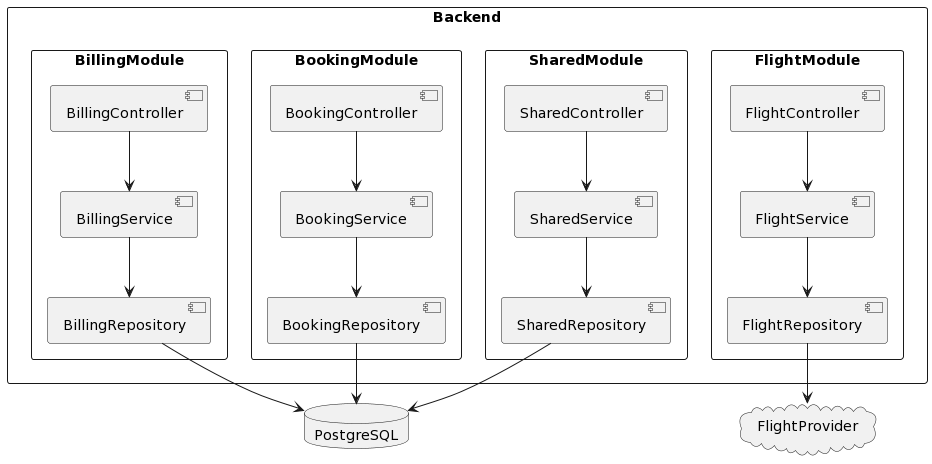
The PlantUML diagram docs/diagrams/Backend.png in SebastianAbril/flights-app, before a commit.
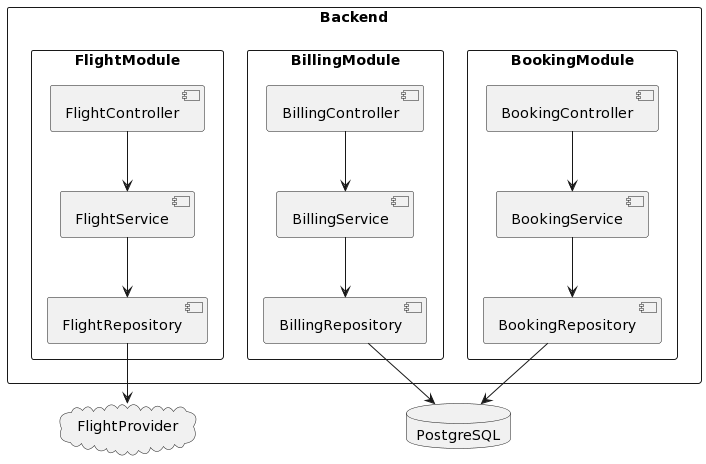
After the commit.

What changed in the source:
```diff
@@ -1,10 +1,5 @@
 @startuml
 rectangle Backend {
-     rectangle SharedModule{
-        [SharedController]
-        [SharedService]
-        [SharedRepository]
-    }
     rectangle FlightModule{
         [FlightController]
         [FlightService]
@@ -38,8 +33,4 @@
 BookingController --> BookingService
 BookingService --> BookingRepository
 BookingRepository --> PostgreSQL
-
-SharedController --> SharedService
-SharedService --> SharedRepository
-SharedRepository --> PostgreSQL
 @enduml
```
